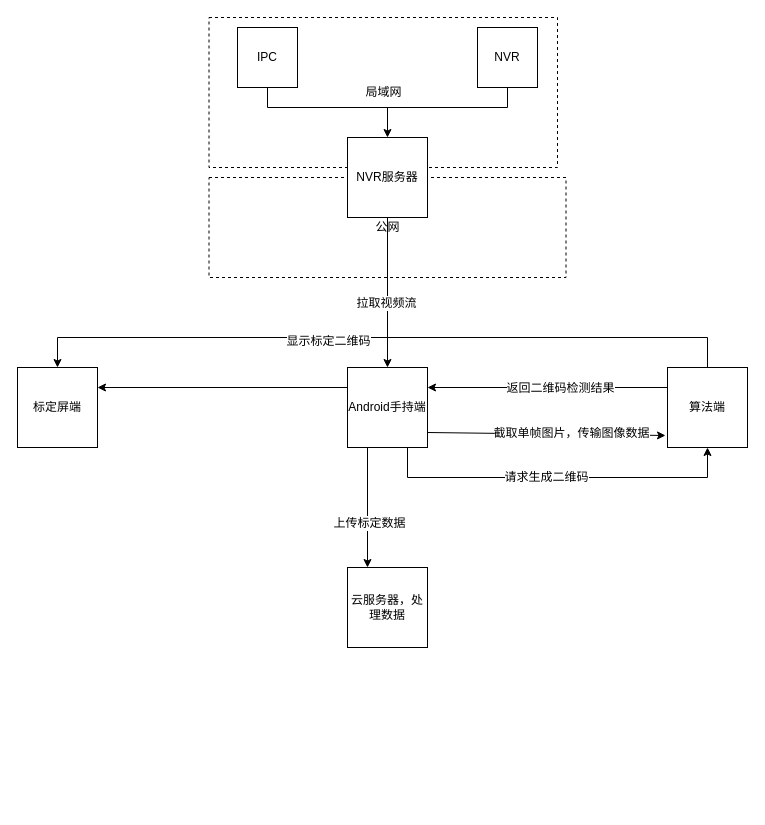
wellcao/Test5 keeps this draw.io diagram as Untitled Diagram.drawio. Above is the earlier version. Source tidied: cells renumbered, new cells numbered last; positions are measured from the earlier drawing's top-left corner, leaving out a move shared by most shapes. Both pictures are drawn from the tidied source at 100%, with x=0, y=0 at pixel (17, 17).
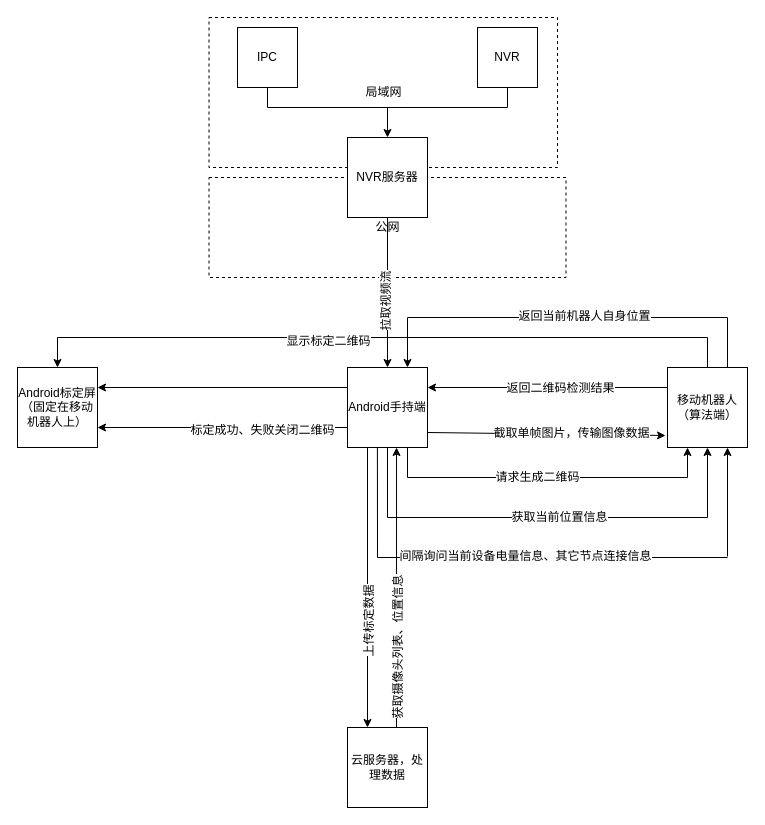
After the change.

Commit message:
标定流程图v2.drawio

Unchanged cells that the change refers to:
```xml
<mxCell id="3" value="Android手持端" style="whiteSpace=wrap;html=1;" parent="1" vertex="1">
  <mxGeometry x="330" y="350" width="80" height="80" as="geometry" />
</mxCell>
<mxCell id="14" style="endArrow=classic;html=1;exitX=0.5;exitY=1;exitDx=0;exitDy=0;" parent="1" edge="1" source="11" target="3">
  <mxGeometry relative="1" as="geometry" />
</mxCell>
<mxCell id="30" style="endArrow=classic;html=1;exitX=0.25;exitY=1;exitDx=0;exitDy=0;entryX=0.25;entryY=0;entryDx=0;entryDy=0;" parent="1" edge="1" source="3" target="29">
  <mxGeometry relative="1" as="geometry" />
</mxCell>
```

What changed in the source:
```diff
@@
-    <mxCell id="4" value="标定屏端" style="whiteSpace=wrap;html=1;" parent="1" vertex="1">
+    <mxCell id="4" value="Android标定屏（固定在移动机器人上）" style="whiteSpace=wrap;html=1;" parent="1" vertex="1">
       <mxGeometry y="350" width="80" height="80" as="geometry" />
     </mxCell>
-    <mxCell id="5" value="算法端" style="whiteSpace=wrap;html=1;" parent="1" vertex="1">
+    <mxCell id="5" value="移动机器人（算法端）" style="whiteSpace=wrap;html=1;" parent="1" vertex="1">
       <mxGeometry x="650" y="350" width="80" height="80" as="geometry" />
     </mxCell>
@@
-    <mxCell id="15" value="拉取视频流" style="text;html=1;align=center;verticalAlign=middle;labelBackgroundColor=#ffffff;" parent="14" vertex="1">
+    <mxCell id="15" value="拉取视频流" style="text;html=1;align=center;verticalAlign=middle;labelBackgroundColor=#ffffff;rotation=-90;" parent="14" vertex="1">
       <mxGeometry x="0.13" y="-2" relative="1" as="geometry" />
     </mxCell>
@@
     <mxCell id="26" style="endArrow=none;html=1;" parent="1" edge="1">
       <mxGeometry relative="1" as="geometry">
-        <mxPoint x="690" y="460" as="sourcePoint" />
+        <mxPoint x="670" y="460" as="sourcePoint" />
         <mxPoint x="390" y="460" as="targetPoint" />
       </mxGeometry>
     </mxCell>
@@
-    <mxCell id="28" style="endArrow=classic;html=1;entryX=0.5;entryY=1;entryDx=0;entryDy=0;" parent="1" edge="1" target="5">
+    <mxCell id="28" style="endArrow=classic;html=1;entryX=0.25;entryY=1;entryDx=0;entryDy=0;" parent="1" edge="1" target="5">
       <mxGeometry relative="1" as="geometry">
-        <mxPoint x="690" y="460" as="sourcePoint" />
+        <mxPoint x="670" y="460" as="sourcePoint" />
+        <Array as="points">
+          <mxPoint x="670" y="460" />
+        </Array>
       </mxGeometry>
     </mxCell>
     <mxCell id="29" value="云服务器，处理数据" style="whiteSpace=wrap;html=1;" parent="1" vertex="1">
-      <mxGeometry x="330" y="550" width="80" height="80" as="geometry" />
+      <mxGeometry x="330" y="710" width="80" height="80" as="geometry" />
     </mxCell>
@@
-    <mxCell id="31" value="上传标定数据" style="text;html=1;align=center;verticalAlign=middle;labelBackgroundColor=#ffffff;" parent="30" vertex="1">
+    <mxCell id="31" value="上传标定数据" style="text;html=1;align=center;verticalAlign=middle;labelBackgroundColor=#ffffff;rotation=-90;" parent="30" vertex="1">
       <mxGeometry x="0.25" y="1" relative="1" as="geometry" />
     </mxCell>
+    <mxCell id="32" style="endArrow=none;html=1;entryX=0.5;entryY=1;entryDx=0;entryDy=0;" parent="1" edge="1" target="3">
+      <mxGeometry relative="1" as="geometry">
+        <mxPoint x="370" y="500" as="sourcePoint" />
+      </mxGeometry>
+    </mxCell>
+    <mxCell id="33" style="endArrow=none;html=1;" parent="1" edge="1">
+      <mxGeometry relative="1" as="geometry">
+        <mxPoint x="690" y="500" as="sourcePoint" />
+        <mxPoint x="370" y="500" as="targetPoint" />
+      </mxGeometry>
+    </mxCell>
+    <mxCell id="34" value="获取当前位置信息" style="text;html=1;align=center;verticalAlign=middle;labelBackgroundColor=#ffffff;" parent="33" vertex="1">
+      <mxGeometry x="-0.07" y="-1" relative="1" as="geometry" />
+    </mxCell>
+    <mxCell id="35" style="endArrow=classic;html=1;entryX=0.5;entryY=1;entryDx=0;entryDy=0;" parent="1" edge="1" target="5">
+      <mxGeometry relative="1" as="geometry">
+        <mxPoint x="690" y="500" as="sourcePoint" />
+      </mxGeometry>
+    </mxCell>
+    <mxCell id="36" style="endArrow=none;html=1;exitX=0.75;exitY=0;exitDx=0;exitDy=0;" parent="1" edge="1" source="5">
+      <mxGeometry relative="1" as="geometry">
+        <mxPoint x="710" y="300" as="targetPoint" />
+      </mxGeometry>
+    </mxCell>
+    <mxCell id="37" style="endArrow=none;html=1;" parent="1" edge="1">
+      <mxGeometry relative="1" as="geometry">
+        <mxPoint x="390" y="300" as="sourcePoint" />
+        <mxPoint x="710" y="300" as="targetPoint" />
+      </mxGeometry>
+    </mxCell>
+    <mxCell id="38" value="返回当前机器人自身位置" style="text;html=1;align=center;verticalAlign=middle;labelBackgroundColor=#ffffff;" parent="37" vertex="1">
+      <mxGeometry x="0.1" y="2" relative="1" as="geometry" />
+    </mxCell>
+    <mxCell id="39" style="endArrow=classic;html=1;entryX=0.75;entryY=0;entryDx=0;entryDy=0;" parent="1" edge="1" target="3">
+      <mxGeometry relative="1" as="geometry">
+        <mxPoint x="390" y="300" as="sourcePoint" />
+      </mxGeometry>
+    </mxCell>
+    <mxCell id="40" style="endArrow=none;html=1;entryX=0.374;entryY=0.994;entryDx=0;entryDy=0;entryPerimeter=0;" parent="1" edge="1" target="3">
+      <mxGeometry relative="1" as="geometry">
+        <mxPoint x="360" y="540" as="sourcePoint" />
+      </mxGeometry>
+    </mxCell>
+    <mxCell id="41" style="endArrow=none;html=1;" parent="1" edge="1">
+      <mxGeometry relative="1" as="geometry">
+        <mxPoint x="710" y="540" as="sourcePoint" />
+        <mxPoint x="360" y="540" as="targetPoint" />
+      </mxGeometry>
+    </mxCell>
+    <mxCell id="42" value="间隔询问当前设备电量信息、其它节点连接信息" style="text;html=1;align=center;verticalAlign=middle;labelBackgroundColor=#ffffff;" parent="41" vertex="1">
+      <mxGeometry x="0.16" y="-2" relative="1" as="geometry" />
+    </mxCell>
+    <mxCell id="43" style="endArrow=classic;html=1;" parent="1" edge="1">
+      <mxGeometry relative="1" as="geometry">
+        <mxPoint x="710" y="539" as="sourcePoint" />
+        <mxPoint x="710" y="430" as="targetPoint" />
+      </mxGeometry>
+    </mxCell>
+    <mxCell id="44" style="endArrow=classic;html=1;exitX=0;exitY=0.75;exitDx=0;exitDy=0;entryX=1;entryY=0.75;entryDx=0;entryDy=0;" parent="1" edge="1" source="3" target="4">
+      <mxGeometry relative="1" as="geometry" />
+    </mxCell>
+    <mxCell id="45" value="标定成功、失败关闭二维码" style="text;html=1;align=center;verticalAlign=middle;labelBackgroundColor=#ffffff;" parent="44" vertex="1">
+      <mxGeometry x="-0.31" y="2" relative="1" as="geometry" />
+    </mxCell>
+    <mxCell id="46" style="endArrow=classic;html=1;entryX=0.613;entryY=1;entryDx=0;entryDy=0;entryPerimeter=0;" parent="1" edge="1" target="3">
+      <mxGeometry relative="1" as="geometry">
+        <mxPoint x="379" y="710" as="sourcePoint" />
+      </mxGeometry>
+    </mxCell>
+    <mxCell id="47" value="获取摄像头列表、位置信息" style="text;html=1;align=center;verticalAlign=middle;labelBackgroundColor=#ffffff;rotation=-90;" parent="46" vertex="1">
+      <mxGeometry x="-0.52" relative="1" as="geometry">
+        <mxPoint x="1" y="-12" as="offset" />
+      </mxGeometry>
+    </mxCell>
```
